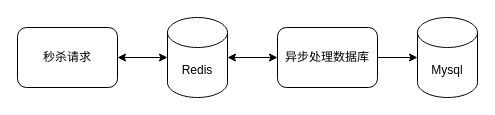
The draw.io diagram 解决性能问题.drawio in z-qqqqq/diagrams, before the edit. Source tidied: cells renumbered, new cells numbered last; positions are measured from the earlier drawing's top-left corner, leaving out a move shared by most shapes. Both pictures are drawn from the tidied source at 100%, with x=0, y=0 at pixel (17, 17).
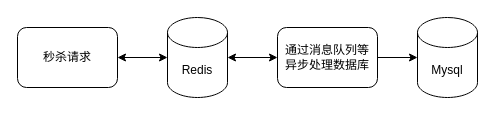
Above is the later version.

Commit message (it also covers changes not shown here):
Update 解决性能问题.drawio

The edit, as a diff of the source:
```diff
@@
 <mxGraphModel>
   <root>
     <mxCell id="0" />
     <mxCell id="1" parent="0" />
     <mxCell id="2" style="edgeStyle=orthogonalEdgeStyle;rounded=0;jettySize=auto;html=1;exitX=1;exitY=0.5;exitDx=0;exitDy=0;entryX=0;entryY=0.5;entryDx=0;entryDy=0;entryPerimeter=0;startArrow=classic;startFill=1;" parent="1" edge="1" source="3" target="5">
       <mxGeometry relative="1" as="geometry" />
     </mxCell>
     <mxCell id="3" value="秒杀请求" style="rounded=1;whiteSpace=wrap;html=1;" parent="1" vertex="1">
       <mxGeometry y="10" width="100" height="60" as="geometry" />
     </mxCell>
     <mxCell id="4" style="edgeStyle=orthogonalEdgeStyle;rounded=0;jettySize=auto;html=1;exitX=1;exitY=0.5;exitDx=0;exitDy=0;exitPerimeter=0;entryX=0;entryY=0.5;entryDx=0;entryDy=0;startArrow=classic;startFill=1;" parent="1" edge="1" source="5" target="8">
       <mxGeometry relative="1" as="geometry" />
     </mxCell>
     <mxCell id="5" value="Redis" style="shape=cylinder3;whiteSpace=wrap;html=1;boundedLbl=1;backgroundOutline=1;size=15;" parent="1" vertex="1">
       <mxGeometry x="150" width="60" height="80" as="geometry" />
     </mxCell>
     <mxCell id="6" value="Mysql" style="shape=cylinder3;whiteSpace=wrap;html=1;boundedLbl=1;backgroundOutline=1;size=15;" parent="1" vertex="1">
       <mxGeometry x="400" width="60" height="80" as="geometry" />
     </mxCell>
     <mxCell id="7" style="edgeStyle=orthogonalEdgeStyle;rounded=0;jettySize=auto;html=1;exitX=1;exitY=0.5;exitDx=0;exitDy=0;entryX=0;entryY=0.5;entryDx=0;entryDy=0;entryPerimeter=0;startArrow=none;startFill=0;" parent="1" edge="1" source="8" target="6">
       <mxGeometry relative="1" as="geometry" />
     </mxCell>
-    <mxCell id="8" value="异步处理数据库" style="rounded=1;whiteSpace=wrap;html=1;" parent="1" vertex="1">
+    <mxCell id="8" value="通过消息队列等&lt;br&gt;异步处理数据库" style="rounded=1;whiteSpace=wrap;html=1;" parent="1" vertex="1">
       <mxGeometry x="260" y="10" width="100" height="60" as="geometry" />
     </mxCell>
   </root>
 </mxGraphModel>
```
